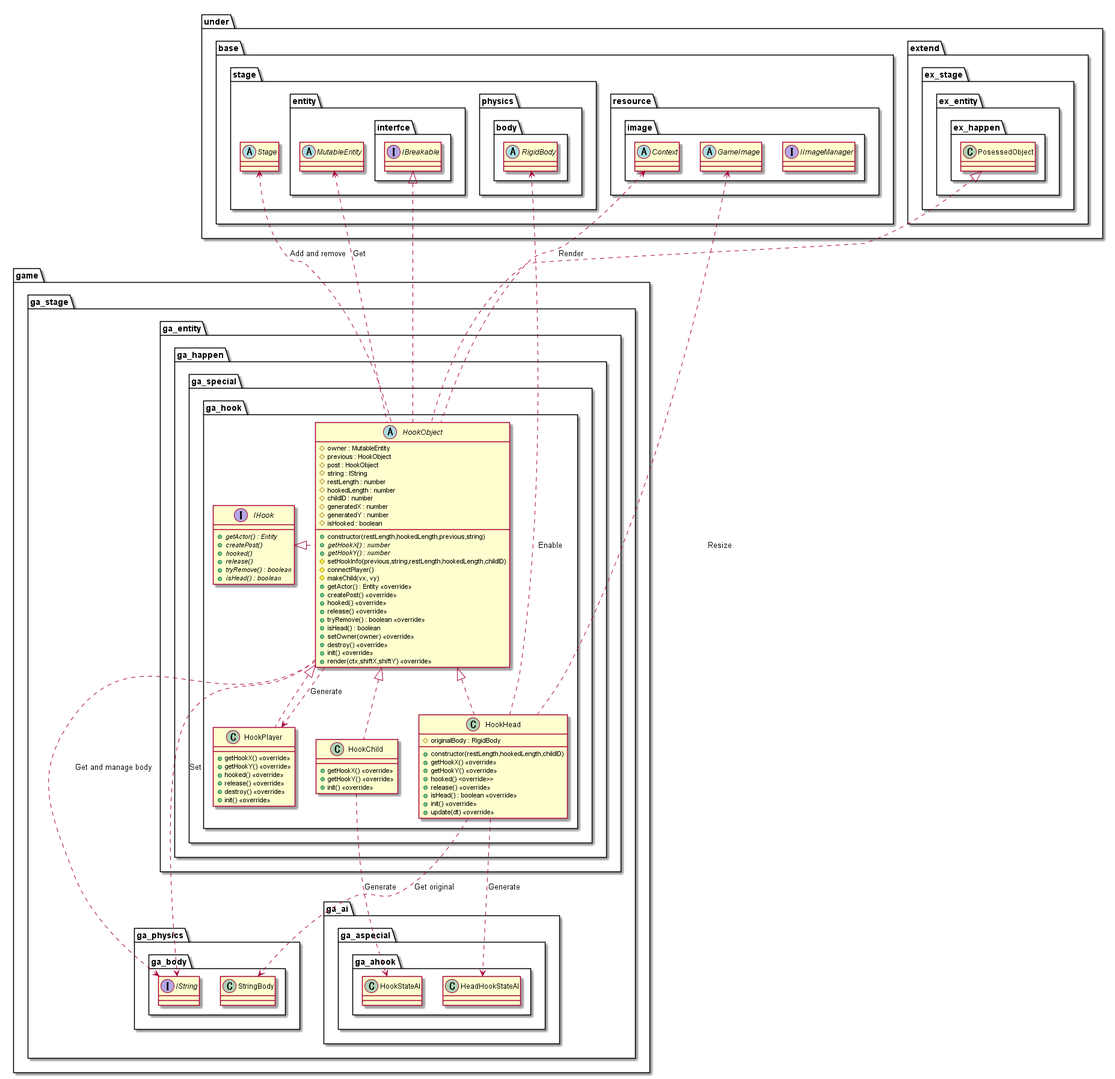
Expine/Under keeps this PlantUML diagram as out/uml/entity/GameHook/EntityGameHook.png. Above is the earlier version.
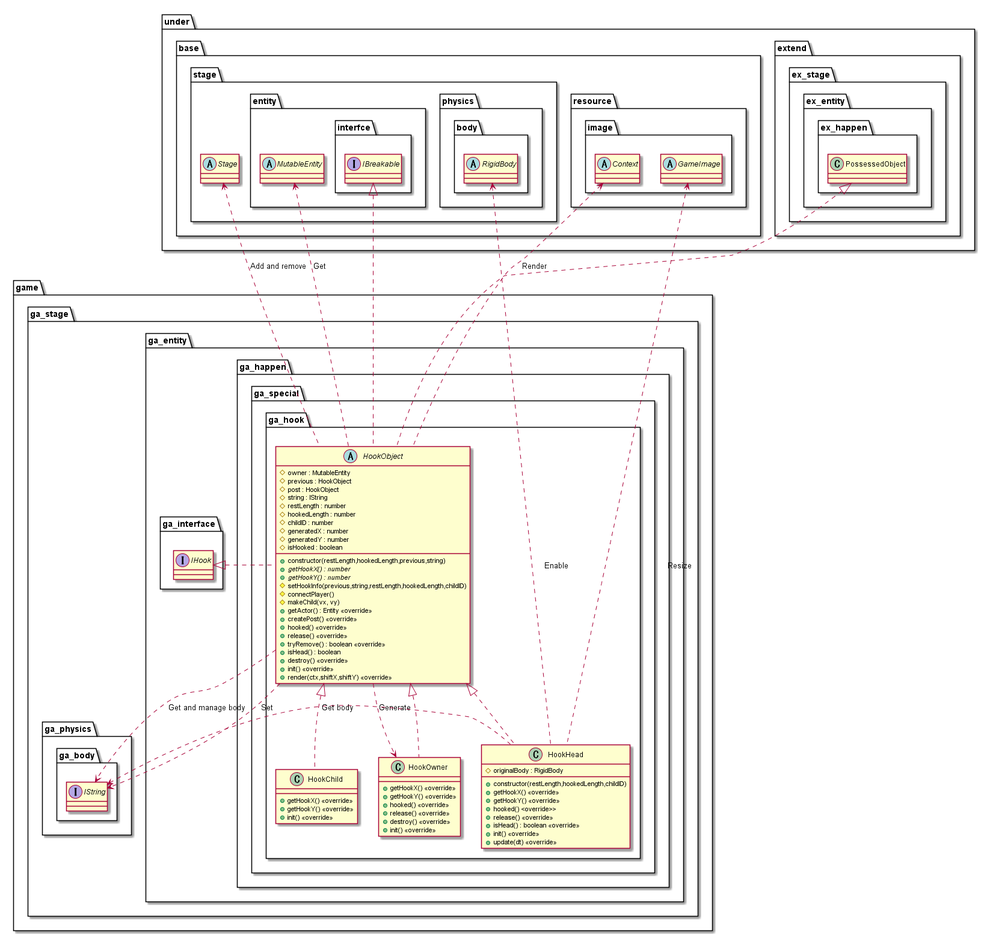
The same file after the commit.

The edit, as a diff of the source:
```diff
@@ -5,14 +5,6 @@
             package ga_happen {
                 package ga_special {
                     package ga_hook {
-                        interface IHook {
-                            {abstract} +getActor() : Entity
-                            {abstract} +createPost()
-                            {abstract} +hooked()
-                            {abstract} +release()
-                            {abstract} +tryRemove() : boolean
-                            {abstract} +isHead() : boolean
-                        }
                         abstract HookObject {
                             +constructor(restLength,hookedLength,previous,string)
                             #owner : MutableEntity
@@ -36,7 +28,6 @@
                             +release() <<override>>
                             +tryRemove() : boolean <<override>>
                             +isHead() : boolean
-                            +setOwner(owner) <<override>>
                             +destroy() <<override>>
                             +init() <<override>>
                             +render(ctx,shiftX,shiftY) <<override>>
@@ -57,7 +48,7 @@
                             +getHookY() <<override>>
                             +init() <<override>>
                         }
-                        class HookPlayer {
+                        class HookOwner {
                             +getHookX() <<override>>
                             +getHookY() <<override>>
                             +hooked() <<override>>
@@ -76,7 +67,6 @@
     package base {
         package resource {
             package image {
-                interface IImageManager
                 abstract Context
                 abstract GameImage
             }
@@ -100,27 +90,22 @@
         package ex_stage {
             package ex_entity {
                 package ex_happen {
-                    class PosessedObject
+                    class PossessedObject
                 }
             }
         }
     }
 }
 package game {
-
     package ga_stage {
-        package ga_ai {
-            package ga_aspecial {
-                package ga_ahook {
-                    class HookStateAI
-                    class HeadHookStateAI
-                }
+        package ga_entity {
+            package ga_interface {
+                interface IHook
             }
         }
         package ga_physics {
             package ga_body {
                 interface IString
-                class StringBody
             }
         }
     }
@@ -128,23 +113,20 @@
 
 MutableEntity <.. HookObject : Get
 HookObject ..> IString: Get and manage body
-HookObject ..> HookPlayer : Generate
+HookObject ..> HookOwner : Generate
 Context <.. HookObject : Render
 Stage <.. HookObject : Add and remove
 
-HookHead ..> HeadHookStateAI : Generate
 GameImage <... HookHead : Resize
 HookObject ..> IString : Set
-HookHead ..> StringBody : Get original
 RigidBody <... HookHead : Enable
+IString <. HookHead : Get body
 
-HookChild ..> HookStateAI : Generate
-
-PosessedObject <|.. HookObject
+PossessedObject <|.. HookObject
 IBreakable <|.. HookObject
 IHook <|. HookObject
 HookObject <|.. HookHead
 HookObject <|.. HookChild
-HookObject <|.. HookPlayer
+HookObject <|.. HookOwner
 
 @enduml
```
